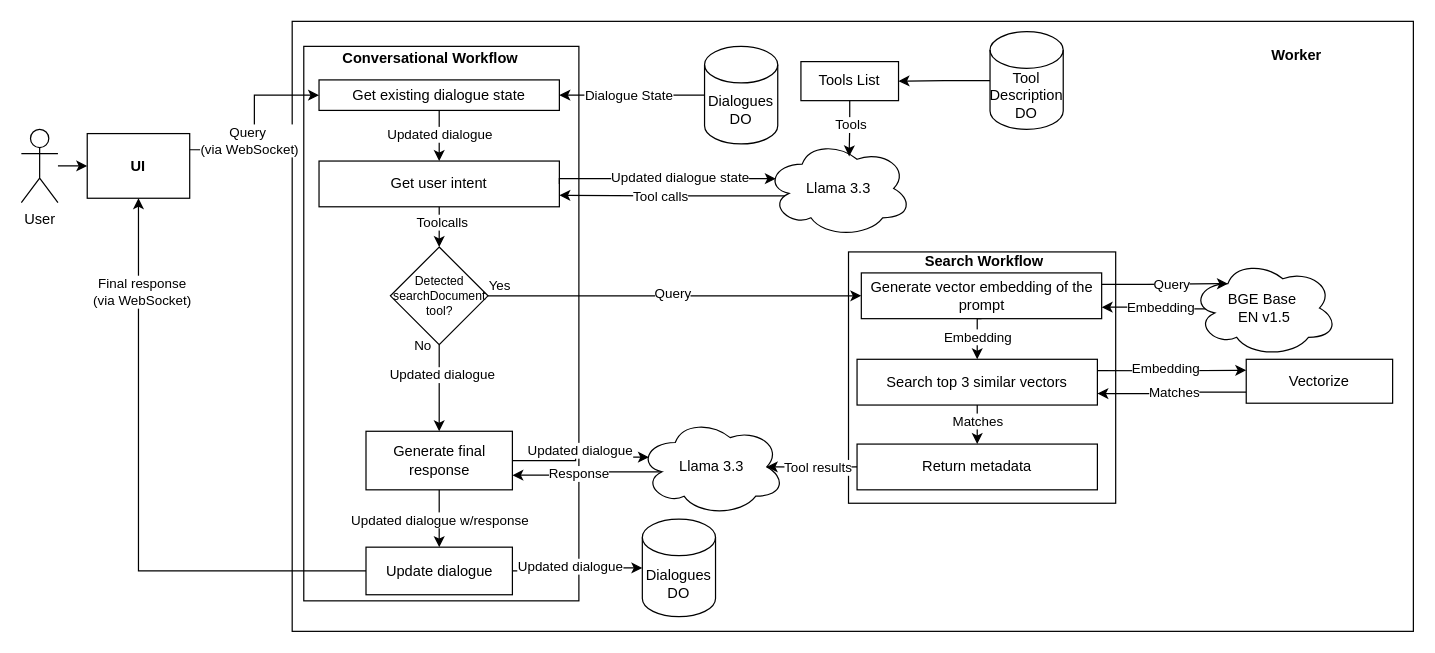
Before: page "Conversational" (1 of 3) of diagrams/diagrams.drawio in jaimerusso/cf_ai_tbot_lite, a draw.io diagram. Source tidied: cells renumbered, new cells numbered last; positions are measured from the earlier drawing's top-left corner, leaving out a move shared by most shapes. Both pictures are drawn from the tidied source at 122%, with x=0, y=0 at pixel (21, 21).
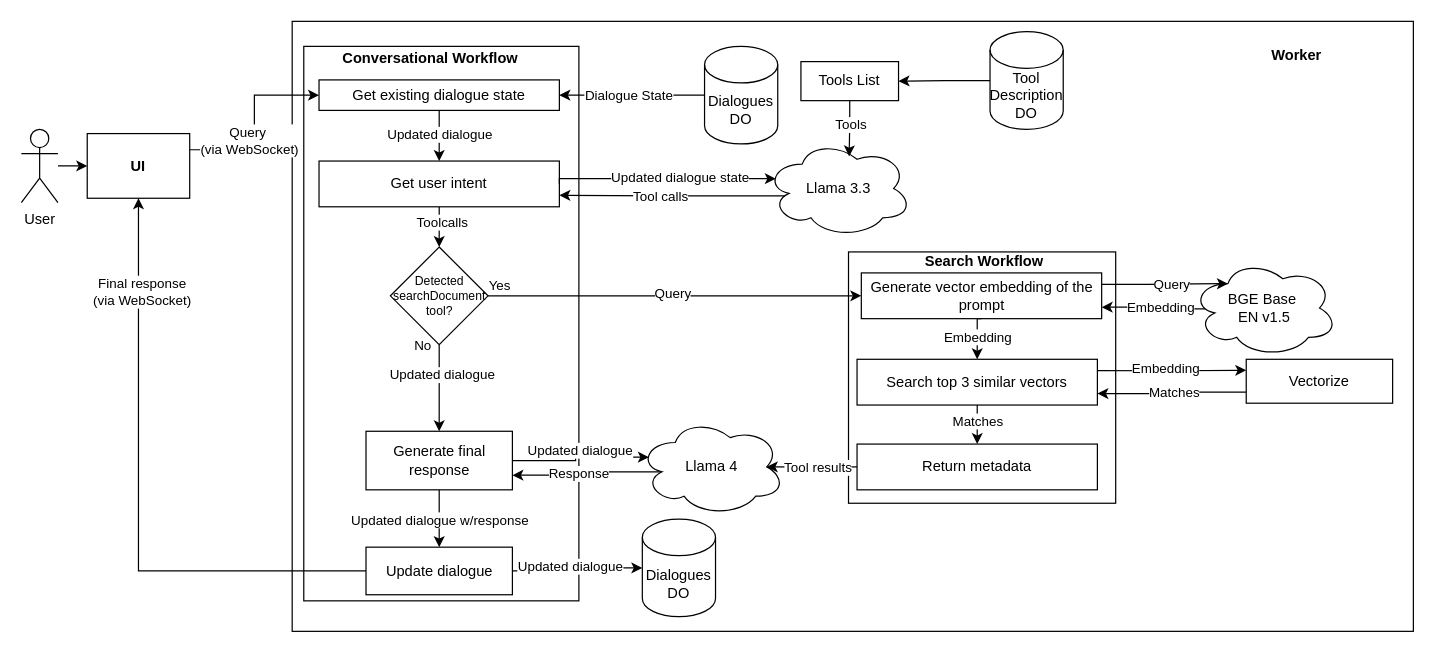
After the change.

Change to the diagram source:
```diff
@@
-    <mxCell id="39" value="Llama 3.3" style="ellipse;shape=cloud;whiteSpace=wrap;html=1;" parent="1" vertex="1">
+    <mxCell id="39" value="Llama 4" style="ellipse;shape=cloud;whiteSpace=wrap;html=1;" parent="1" vertex="1">
       <mxGeometry x="506" y="325.2" width="120" height="80" as="geometry" />
     </mxCell>
```
